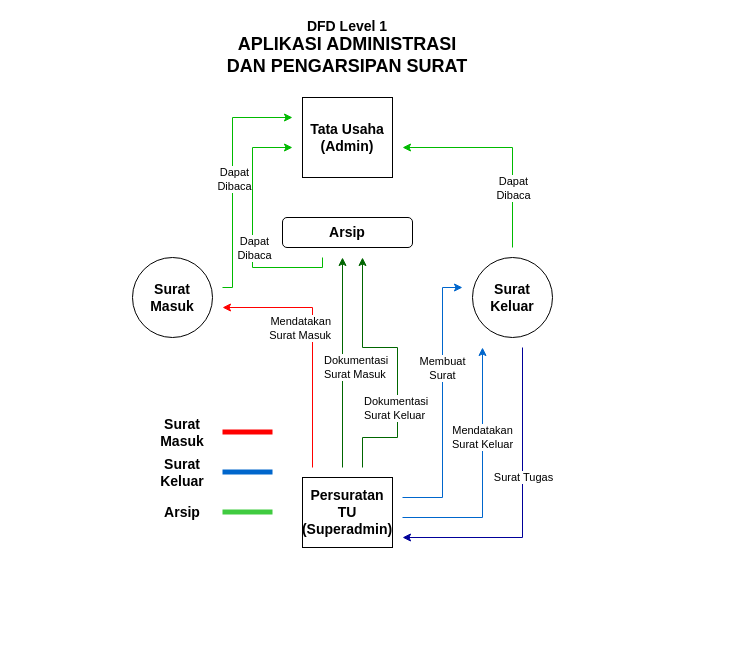
Above: projectPlanning/1d. DFD lvl-1 arsip-surat.drawio in chastrofaAidan/apk-arsip-persuratan (draw.io), before the change. Source tidied: cells renumbered, new cells numbered last; positions are measured from the earlier drawing's top-left corner, leaving out a move shared by most shapes. Both pictures are drawn from the tidied source at 100%, with x=0, y=0 at pixel (132, 17).
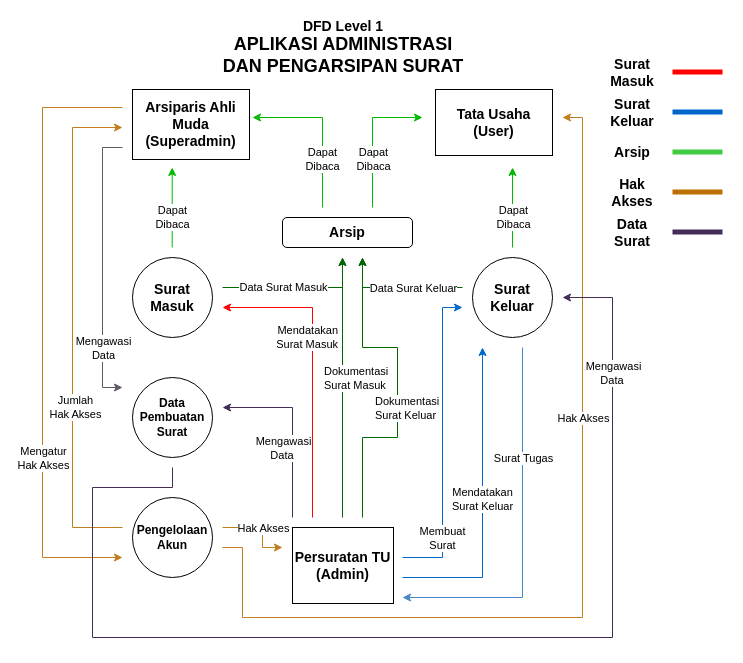
Above is the later version.

Diff of the diagram source:
```diff
@@
-    <mxCell id="5" value="&lt;font style=&quot;font-size: 14px;&quot;&gt;&lt;b&gt;Persuratan TU&lt;br&gt;(Superadmin)&lt;br&gt;&lt;/b&gt;&lt;/font&gt;" style="rounded=0;whiteSpace=wrap;html=1;" parent="1" vertex="1">
-      <mxGeometry x="170" y="460" width="90" height="70" as="geometry" />
+    <mxCell id="5" value="&lt;font style=&quot;font-size: 14px;&quot;&gt;&lt;b&gt;Persuratan TU&lt;br&gt;(Admin)&lt;br&gt;&lt;/b&gt;&lt;/font&gt;" style="rounded=0;whiteSpace=wrap;html=1;" parent="1" vertex="1">
+      <mxGeometry x="160" y="510" width="101" height="76" as="geometry" />
     </mxCell>
     <mxCell id="6" style="endArrow=classic;html=1;rounded=0;fillColor=#f8cecc;strokeColor=#ff0000;" parent="1" edge="1">
       <mxGeometry relative="1" as="geometry">
-        <mxPoint x="180" y="450" as="sourcePoint" />
+        <mxPoint x="180" y="500" as="sourcePoint" />
         <mxPoint x="90" y="290" as="targetPoint" />
         <Array as="points">
           <mxPoint x="180" y="290" />
         </Array>
       </mxGeometry>
     </mxCell>
     <mxCell id="7" value="Mendatakan &lt;br&gt;Surat Masuk" style="edgeLabel;html=1;align=right;verticalAlign=middle;" parent="6" vertex="1">
       <mxGeometry x="0.38" y="-1" relative="1" as="geometry">
-        <mxPoint x="32" y="21" as="offset" />
+        <mxPoint x="25" y="26" as="offset" />
       </mxGeometry>
     </mxCell>
     <mxCell id="8" style="endArrow=classic;html=1;rounded=0;strokeColor=#006600;" parent="1" edge="1">
       <mxGeometry relative="1" as="geometry">
-        <mxPoint x="210" y="450" as="sourcePoint" />
+        <mxPoint x="210" y="500" as="sourcePoint" />
         <mxPoint x="210" y="240" as="targetPoint" />
       </mxGeometry>
     </mxCell>
     <mxCell id="9" value="Dokumentasi&lt;br&gt;Surat Masuk&amp;nbsp;" style="edgeLabel;html=1;align=left;verticalAlign=middle;strokeColor=#ff0000;" parent="8" vertex="1">
       <mxGeometry x="0.38" y="-1" relative="1" as="geometry">
-        <mxPoint x="-21" y="44" as="offset" />
+        <mxPoint x="-21" y="39" as="offset" />
       </mxGeometry>
     </mxCell>
-    <mxCell id="10" value="&lt;font style=&quot;font-size: 14px;&quot;&gt;&lt;b&gt;Tata Usaha&lt;br&gt;(Admin)&lt;br&gt;&lt;/b&gt;&lt;/font&gt;" style="rounded=0;whiteSpace=wrap;html=1;" parent="1" vertex="1">
-      <mxGeometry x="170" y="80" width="90" height="80" as="geometry" />
+    <mxCell id="10" value="&lt;font style=&quot;font-size: 14px;&quot;&gt;&lt;b&gt;Tata Usaha&lt;br&gt;(User)&lt;br&gt;&lt;/b&gt;&lt;/font&gt;" style="rounded=0;whiteSpace=wrap;html=1;" parent="1" vertex="1">
+      <mxGeometry x="303" y="72" width="117" height="66" as="geometry" />
     </mxCell>
     <mxCell id="11" style="endArrow=classic;html=1;rounded=0;strokeColor=#00BA00;" parent="1" edge="1">
       <mxGeometry relative="1" as="geometry">
-        <mxPoint x="190" y="240" as="sourcePoint" />
-        <mxPoint x="160" y="130" as="targetPoint" />
+        <mxPoint x="240" y="190" as="sourcePoint" />
+        <mxPoint x="290" y="100" as="targetPoint" />
         <Array as="points">
-          <mxPoint x="190" y="250" />
-          <mxPoint x="120" y="250" />
-          <mxPoint x="120" y="130" />
+          <mxPoint x="240" y="190" />
+          <mxPoint x="240" y="100" />
         </Array>
       </mxGeometry>
     </mxCell>
-    <mxCell id="12" value="Dapat &lt;br&gt;Dibaca" style="edgeLabel;html=1;align=center;verticalAlign=middle;" parent="11" vertex="1">
-      <mxGeometry x="0.37" y="-1" relative="1" as="geometry">
-        <mxPoint y="64" as="offset" />
-      </mxGeometry>
-    </mxCell>
-    <mxCell id="13" style="endArrow=classic;html=1;rounded=0;strokeColor=#00BA00;" parent="1" edge="1">
-      <mxGeometry relative="1" as="geometry">
-        <mxPoint x="90" y="270" as="sourcePoint" />
-        <mxPoint x="160" y="100" as="targetPoint" />
-        <Array as="points">
-          <mxPoint x="100" y="270" />
-          <mxPoint x="100" y="100" />
-        </Array>
-      </mxGeometry>
-    </mxCell>
-    <mxCell id="14" value="Dapat &lt;br&gt;Dibaca" style="edgeLabel;html=1;align=center;verticalAlign=middle;" parent="13" vertex="1">
-      <mxGeometry x="0.37" y="-1" relative="1" as="geometry">
-        <mxPoint y="45" as="offset" />
-      </mxGeometry>
-    </mxCell>
     <mxCell id="15" style="endArrow=classic;html=1;rounded=0;strokeColor=#0066CC;" parent="1" edge="1">
       <mxGeometry relative="1" as="geometry">
-        <mxPoint x="270" y="480" as="sourcePoint" />
-        <mxPoint x="330" y="270" as="targetPoint" />
+        <mxPoint x="270" y="540" as="sourcePoint" />
+        <mxPoint x="330" y="290" as="targetPoint" />
         <Array as="points">
-          <mxPoint x="310" y="480" />
-          <mxPoint x="310" y="270" />
+          <mxPoint x="310" y="540" />
+          <mxPoint x="310" y="290" />
         </Array>
       </mxGeometry>
     </mxCell>
     <mxCell id="16" value="Membuat &lt;br&gt;Surat" style="edgeLabel;html=1;align=center;verticalAlign=middle;" parent="15" vertex="1">
       <mxGeometry x="-0.05" y="1" relative="1" as="geometry">
-        <mxPoint y="-42" as="offset" />
+        <mxPoint y="87" as="offset" />
       </mxGeometry>
     </mxCell>
-    <mxCell id="17" style="endArrow=classic;html=1;rounded=0;strokeColor=#000099;" parent="1" edge="1">
+    <mxCell id="17" style="endArrow=classic;html=1;rounded=0;strokeColor=#4687c9;fillColor=#647687;" parent="1" edge="1">
       <mxGeometry relative="1" as="geometry">
         <mxPoint x="390" y="330" as="sourcePoint" />
-        <mxPoint x="270" y="520" as="targetPoint" />
+        <mxPoint x="270" y="580" as="targetPoint" />
         <Array as="points">
-          <mxPoint x="390" y="520" />
+          <mxPoint x="390" y="580" />
         </Array>
       </mxGeometry>
     </mxCell>
     <mxCell id="18" value="Surat Tugas" style="edgeLabel;html=1;align=center;verticalAlign=middle;" parent="17" vertex="1">
-      <mxGeometry x="-0.17" relative="1" as="geometry" />
+      <mxGeometry x="-0.17" relative="1" as="geometry">
+        <mxPoint y="-44" as="offset" />
+      </mxGeometry>
     </mxCell>
     <mxCell id="19" style="endArrow=none;html=1;rounded=0;strokeWidth=5;strokeColor=#40cb40;" parent="1" edge="1">
       <mxGeometry relative="1" as="geometry">
-        <mxPoint x="90" y="494.6" as="sourcePoint" />
-        <mxPoint x="140" y="494.6" as="targetPoint" />
+        <mxPoint x="540" y="134.6" as="sourcePoint" />
+        <mxPoint x="590" y="134.6" as="targetPoint" />
       </mxGeometry>
     </mxCell>
     <mxCell id="20" style="endArrow=none;html=1;rounded=0;strokeWidth=5;strokeColor=#FF0000;" parent="1" edge="1">
       <mxGeometry relative="1" as="geometry">
-        <mxPoint x="90" y="414.6" as="sourcePoint" />
-        <mxPoint x="140" y="414.6" as="targetPoint" />
+        <mxPoint x="540" y="54.6" as="sourcePoint" />
+        <mxPoint x="590" y="54.6" as="targetPoint" />
       </mxGeometry>
     </mxCell>
     <mxCell id="21" style="endArrow=none;html=1;rounded=0;strokeWidth=5;strokeColor=#0066CC;" parent="1" edge="1">
       <mxGeometry relative="1" as="geometry">
-        <mxPoint x="90" y="454.6" as="sourcePoint" />
-        <mxPoint x="140" y="454.6" as="targetPoint" />
+        <mxPoint x="540" y="94.6" as="sourcePoint" />
+        <mxPoint x="590" y="94.6" as="targetPoint" />
       </mxGeometry>
     </mxCell>
     <mxCell id="22" style="endArrow=classic;html=1;rounded=0;strokeColor=#006600;" parent="1" edge="1">
       <mxGeometry relative="1" as="geometry">
-        <mxPoint x="230" y="450" as="sourcePoint" />
+        <mxPoint x="230" y="500" as="sourcePoint" />
         <mxPoint x="230" y="240" as="targetPoint" />
         <Array as="points">
           <mxPoint x="230" y="420" />
           <mxPoint x="265" y="420" />
           <mxPoint x="265" y="330" />
           <mxPoint x="230" y="330" />
         </Array>
       </mxGeometry>
     </mxCell>
     <mxCell id="23" value="Dokumentasi &lt;br&gt;Surat Keluar" style="edgeLabel;html=1;align=left;verticalAlign=middle;strokeColor=#ff0000;" parent="22" vertex="1">
       <mxGeometry x="0.38" y="-1" relative="1" as="geometry">
-        <mxPoint x="-1" y="63" as="offset" />
+        <mxPoint x="-1" y="61" as="offset" />
       </mxGeometry>
     </mxCell>
     <mxCell id="24" value="&lt;font style=&quot;font-size: 14px;&quot;&gt;&lt;b&gt;Arsip&lt;/b&gt;&lt;/font&gt;" style="text;html=1;strokeColor=none;fillColor=none;align=center;verticalAlign=middle;whiteSpace=wrap;rounded=0;" parent="1" vertex="1">
-      <mxGeometry x="20" y="480" width="60" height="30" as="geometry" />
+      <mxGeometry x="470" y="120" width="60" height="30" as="geometry" />
     </mxCell>
     <mxCell id="25" value="&lt;font style=&quot;font-size: 14px;&quot;&gt;&lt;b&gt;Surat Keluar&lt;/b&gt;&lt;/font&gt;" style="text;html=1;strokeColor=none;fillColor=none;align=center;verticalAlign=middle;whiteSpace=wrap;rounded=0;" parent="1" vertex="1">
-      <mxGeometry x="20" y="440" width="60" height="30" as="geometry" />
+      <mxGeometry x="470" y="80" width="60" height="30" as="geometry" />
     </mxCell>
     <mxCell id="26" value="&lt;font style=&quot;font-size: 14px;&quot;&gt;&lt;b&gt;Surat Masuk&lt;/b&gt;&lt;/font&gt;" style="text;html=1;strokeColor=none;fillColor=none;align=center;verticalAlign=middle;whiteSpace=wrap;rounded=0;" parent="1" vertex="1">
-      <mxGeometry x="20" y="390" width="60" height="50" as="geometry" />
+      <mxGeometry x="470" y="30" width="60" height="50" as="geometry" />
     </mxCell>
     <mxCell id="27" style="endArrow=classic;html=1;rounded=0;strokeColor=#00BA00;" parent="1" edge="1">
       <mxGeometry relative="1" as="geometry">
         <mxPoint x="380" y="230" as="sourcePoint" />
-        <mxPoint x="270" y="130" as="targetPoint" />
+        <mxPoint x="380" y="150" as="targetPoint" />
         <Array as="points">
           <mxPoint x="380" y="230" />
-          <mxPoint x="380" y="130" />
         </Array>
       </mxGeometry>
     </mxCell>
     <mxCell id="28" value="Dapat &lt;br&gt;Dibaca" style="edgeLabel;html=1;align=center;verticalAlign=middle;" parent="27" vertex="1">
       <mxGeometry x="0.37" y="-1" relative="1" as="geometry">
-        <mxPoint x="44" y="41" as="offset" />
+        <mxPoint x="-1" y="24" as="offset" />
       </mxGeometry>
     </mxCell>
     <mxCell id="29" style="endArrow=classic;html=1;rounded=0;strokeColor=#0066CC;" parent="1" edge="1">
       <mxGeometry relative="1" as="geometry">
-        <mxPoint x="270" y="500" as="sourcePoint" />
+        <mxPoint x="270" y="560" as="sourcePoint" />
         <mxPoint x="350" y="330" as="targetPoint" />
         <Array as="points">
-          <mxPoint x="350" y="500" />
+          <mxPoint x="350" y="560" />
         </Array>
       </mxGeometry>
     </mxCell>
     <mxCell id="30" value="Mendatakan &lt;br&gt;Surat Keluar" style="edgeLabel;html=1;align=center;verticalAlign=middle;" parent="29" vertex="1">
       <mxGeometry x="-0.05" y="1" relative="1" as="geometry">
-        <mxPoint y="-42" as="offset" />
+        <mxPoint y="-12" as="offset" />
       </mxGeometry>
     </mxCell>
     <mxCell id="31" value="&lt;font style=&quot;&quot;&gt;&lt;b style=&quot;&quot;&gt;&lt;font style=&quot;font-size: 14px;&quot;&gt;DFD Level 1&lt;/font&gt;&lt;/b&gt;&lt;br&gt;&lt;b style=&quot;&quot;&gt;&lt;font style=&quot;font-size: 18px;&quot;&gt;APLIKASI ADMINISTRASI DAN PENGARSIPAN SURAT&lt;/font&gt;&lt;/b&gt;&lt;br&gt;&lt;/font&gt;" style="text;html=1;strokeColor=none;fillColor=none;align=center;verticalAlign=middle;whiteSpace=wrap;rounded=0;" parent="1" vertex="1">
-      <mxGeometry x="90" width="250" height="60" as="geometry" />
+      <mxGeometry x="85.5" width="250" height="60" as="geometry" />
     </mxCell>
+    <mxCell id="32" value="&lt;span style=&quot;font-size: 12px;&quot;&gt;&lt;b style=&quot;font-size: 12px;&quot;&gt;Pengelolaan&lt;br style=&quot;font-size: 12px;&quot;&gt;Akun&lt;br style=&quot;font-size: 12px;&quot;&gt;&lt;/b&gt;&lt;/span&gt;" style="ellipse;whiteSpace=wrap;html=1;fontSize=12;" parent="1" vertex="1">
+      <mxGeometry y="480" width="80" height="80" as="geometry" />
+    </mxCell>
+    <mxCell id="33" value="&lt;font style=&quot;font-size: 14px;&quot;&gt;&lt;b&gt;Hak Akses&lt;/b&gt;&lt;/font&gt;" style="text;html=1;strokeColor=none;fillColor=none;align=center;verticalAlign=middle;whiteSpace=wrap;rounded=0;" parent="1" vertex="1">
+      <mxGeometry x="470" y="160" width="60" height="30" as="geometry" />
+    </mxCell>
+    <mxCell id="34" style="endArrow=none;html=1;rounded=0;strokeWidth=5;strokeColor=#BD7000;fillColor=#f0a30a;" parent="1" edge="1">
+      <mxGeometry relative="1" as="geometry">
+        <mxPoint x="540" y="174.6" as="sourcePoint" />
+        <mxPoint x="590" y="174.6" as="targetPoint" />
+      </mxGeometry>
+    </mxCell>
+    <mxCell id="35" value="&lt;font style=&quot;font-size: 14px;&quot;&gt;&lt;b&gt;Arsiparis Ahli Muda&lt;br&gt;(Superadmin)&lt;br&gt;&lt;/b&gt;&lt;/font&gt;" style="rounded=0;whiteSpace=wrap;html=1;" parent="1" vertex="1">
+      <mxGeometry y="72" width="117" height="70" as="geometry" />
+    </mxCell>
+    <mxCell id="36" style="endArrow=classic;html=1;rounded=0;strokeColor=#006600;" parent="1" edge="1">
+      <mxGeometry relative="1" as="geometry">
+        <mxPoint x="90" y="270" as="sourcePoint" />
+        <mxPoint x="210" y="240" as="targetPoint" />
+        <Array as="points">
+          <mxPoint x="210" y="270" />
+        </Array>
+      </mxGeometry>
+    </mxCell>
+    <mxCell id="37" value="Data Surat Masuk" style="edgeLabel;html=1;align=center;verticalAlign=middle;" parent="36" vertex="1">
+      <mxGeometry y="1" relative="1" as="geometry">
+        <mxPoint x="-15" as="offset" />
+      </mxGeometry>
+    </mxCell>
+    <mxCell id="38" style="endArrow=classic;html=1;rounded=0;strokeColor=#006600;" parent="1" edge="1">
+      <mxGeometry relative="1" as="geometry">
+        <mxPoint x="330" y="270" as="sourcePoint" />
+        <mxPoint x="230" y="240" as="targetPoint" />
+        <Array as="points">
+          <mxPoint x="230" y="270" />
+        </Array>
+      </mxGeometry>
+    </mxCell>
+    <mxCell id="39" value="Data Surat Keluar" style="edgeLabel;html=1;align=center;verticalAlign=middle;" parent="38" vertex="1">
+      <mxGeometry x="-0.15" y="1" relative="1" as="geometry">
+        <mxPoint x="5" y="-1" as="offset" />
+      </mxGeometry>
+    </mxCell>
+    <mxCell id="40" style="endArrow=classic;html=1;rounded=0;strokeColor=#00BA00;" parent="1" edge="1">
+      <mxGeometry relative="1" as="geometry">
+        <mxPoint x="190" y="190" as="sourcePoint" />
+        <mxPoint x="120" y="100" as="targetPoint" />
+        <Array as="points">
+          <mxPoint x="190" y="190" />
+          <mxPoint x="190" y="100" />
+        </Array>
+      </mxGeometry>
+    </mxCell>
+    <mxCell id="41" value="Dapat&lt;br&gt;Dibaca" style="edgeLabel;html=1;align=center;verticalAlign=middle;" parent="40" vertex="1">
+      <mxGeometry x="-0.41" y="1" relative="1" as="geometry">
+        <mxPoint y="-2" as="offset" />
+      </mxGeometry>
+    </mxCell>
+    <mxCell id="42" value="Dapat&lt;br&gt;Dibaca" style="edgeLabel;html=1;align=center;verticalAlign=middle;" parent="40" vertex="1">
+      <mxGeometry x="-0.41" y="1" relative="1" as="geometry">
+        <mxPoint x="51" y="-2" as="offset" />
+      </mxGeometry>
+    </mxCell>
+    <mxCell id="43" style="endArrow=classic;html=1;rounded=0;strokeColor=#00BA00;" parent="1" edge="1">
+      <mxGeometry relative="1" as="geometry">
+        <mxPoint x="39.7" y="230" as="sourcePoint" />
+        <mxPoint x="39.7" y="150" as="targetPoint" />
+        <Array as="points">
+          <mxPoint x="39.7" y="230" />
+        </Array>
+      </mxGeometry>
+    </mxCell>
+    <mxCell id="44" value="Dapat &lt;br&gt;Dibaca" style="edgeLabel;html=1;align=center;verticalAlign=middle;" parent="43" vertex="1">
+      <mxGeometry x="0.37" y="-1" relative="1" as="geometry">
+        <mxPoint x="-1" y="24" as="offset" />
+      </mxGeometry>
+    </mxCell>
+    <mxCell id="45" style="endArrow=classic;html=1;rounded=0;strokeColor=#615868;fillColor=#fa6800;" parent="1" edge="1">
+      <mxGeometry relative="1" as="geometry">
+        <mxPoint x="-10" y="130" as="sourcePoint" />
+        <mxPoint x="-10" y="370" as="targetPoint" />
+        <Array as="points">
+          <mxPoint x="-10" y="130" />
+          <mxPoint x="-30" y="130" />
+          <mxPoint x="-30" y="370" />
+        </Array>
+      </mxGeometry>
+    </mxCell>
+    <mxCell id="46" value="Mengawasi&lt;br&gt;&lt;div style=&quot;&quot;&gt;Data&lt;/div&gt;" style="edgeLabel;html=1;align=center;verticalAlign=middle;" parent="45" vertex="1">
+      <mxGeometry x="0.37" y="-1" relative="1" as="geometry">
+        <mxPoint x="1" y="28" as="offset" />
+      </mxGeometry>
+    </mxCell>
+    <mxCell id="47" style="endArrow=classic;html=1;rounded=0;strokeColor=#c17e1e;fillColor=#fa6800;" parent="1" edge="1">
+      <mxGeometry relative="1" as="geometry">
+        <mxPoint x="-10" y="510" as="sourcePoint" />
+        <mxPoint x="-10" y="110" as="targetPoint" />
+        <Array as="points">
+          <mxPoint x="-60" y="510" />
+          <mxPoint x="-60" y="110" />
+        </Array>
+      </mxGeometry>
+    </mxCell>
+    <mxCell id="48" value="Jumlah &lt;br&gt;Hak Akses" style="edgeLabel;html=1;align=center;verticalAlign=middle;" parent="47" vertex="1">
+      <mxGeometry x="0.37" y="-1" relative="1" as="geometry">
+        <mxPoint x="1" y="172" as="offset" />
+      </mxGeometry>
+    </mxCell>
+    <mxCell id="49" style="endArrow=classic;html=1;rounded=0;strokeColor=#c17e1e;fillColor=#fa6800;" parent="1" edge="1">
+      <mxGeometry relative="1" as="geometry">
+        <mxPoint x="90" y="510" as="sourcePoint" />
+        <mxPoint x="150" y="530" as="targetPoint" />
+        <Array as="points">
+          <mxPoint x="130" y="510" />
+          <mxPoint x="130" y="530" />
+        </Array>
+      </mxGeometry>
+    </mxCell>
+    <mxCell id="50" value="Hak Akses" style="edgeLabel;html=1;align=center;verticalAlign=middle;" parent="49" vertex="1">
+      <mxGeometry x="0.37" y="-1" relative="1" as="geometry">
+        <mxPoint x="1" y="-15" as="offset" />
+      </mxGeometry>
+    </mxCell>
+    <mxCell id="51" style="endArrow=classic;html=1;rounded=0;strokeColor=#c17e1e;fillColor=#fa6800;" parent="1" edge="1">
+      <mxGeometry relative="1" as="geometry">
+        <mxPoint x="90" y="530" as="sourcePoint" />
+        <mxPoint x="430" y="100" as="targetPoint" />
+        <Array as="points">
+          <mxPoint x="110" y="530" />
+          <mxPoint x="110" y="600" />
+          <mxPoint x="450" y="600" />
+          <mxPoint x="450" y="100" />
+        </Array>
+      </mxGeometry>
+    </mxCell>
+    <mxCell id="52" value="Hak Akses" style="edgeLabel;html=1;align=center;verticalAlign=middle;" parent="51" vertex="1">
+      <mxGeometry x="0.37" y="-1" relative="1" as="geometry">
+        <mxPoint x="-1" y="21" as="offset" />
+      </mxGeometry>
+    </mxCell>
+    <mxCell id="53" style="endArrow=none;html=1;rounded=0;strokeWidth=5;strokeColor=#432D57;fillColor=#76608a;" parent="1" edge="1">
+      <mxGeometry relative="1" as="geometry">
+        <mxPoint x="540" y="214.6" as="sourcePoint" />
+        <mxPoint x="590" y="214.6" as="targetPoint" />
+      </mxGeometry>
+    </mxCell>
+    <mxCell id="54" value="&lt;font style=&quot;font-size: 14px;&quot;&gt;&lt;b&gt;Data Surat&lt;/b&gt;&lt;/font&gt;" style="text;html=1;strokeColor=none;fillColor=none;align=center;verticalAlign=middle;whiteSpace=wrap;rounded=0;" parent="1" vertex="1">
+      <mxGeometry x="470" y="200" width="60" height="30" as="geometry" />
+    </mxCell>
+    <mxCell id="55" value="&lt;span style=&quot;font-size: 12px;&quot;&gt;&lt;b style=&quot;font-size: 12px;&quot;&gt;Data &lt;br&gt;Pembuatan&lt;br&gt;Surat&lt;br style=&quot;font-size: 12px;&quot;&gt;&lt;/b&gt;&lt;/span&gt;" style="ellipse;whiteSpace=wrap;html=1;fontSize=12;" parent="1" vertex="1">
+      <mxGeometry y="360" width="80" height="80" as="geometry" />
+    </mxCell>
+    <mxCell id="56" style="endArrow=classic;html=1;rounded=0;strokeColor=#c17e1e;fillColor=#fa6800;" parent="1" edge="1">
+      <mxGeometry relative="1" as="geometry">
+        <mxPoint x="-10" y="90" as="sourcePoint" />
+        <mxPoint x="-10" y="540" as="targetPoint" />
+        <Array as="points">
+          <mxPoint x="-90" y="90" />
+          <mxPoint x="-90" y="540" />
+        </Array>
+      </mxGeometry>
+    </mxCell>
+    <mxCell id="57" value="Mengatur&lt;br&gt;Hak Akses" style="edgeLabel;html=1;align=center;verticalAlign=middle;" parent="56" vertex="1">
+      <mxGeometry x="0.37" y="-1" relative="1" as="geometry">
+        <mxPoint x="1" y="12" as="offset" />
+      </mxGeometry>
+    </mxCell>
+    <mxCell id="58" style="endArrow=classic;html=1;rounded=0;fillColor=#f8cecc;strokeColor=#432D57;" parent="1" edge="1">
+      <mxGeometry relative="1" as="geometry">
+        <mxPoint x="160" y="500" as="sourcePoint" />
+        <mxPoint x="90" y="390" as="targetPoint" />
+        <Array as="points">
+          <mxPoint x="160" y="390" />
+        </Array>
+      </mxGeometry>
+    </mxCell>
+    <mxCell id="59" value="Mengawasi &lt;br&gt;Data&amp;nbsp;" style="edgeLabel;html=1;align=center;verticalAlign=middle;" parent="58" vertex="1">
+      <mxGeometry x="0.38" y="-1" relative="1" as="geometry">
+        <mxPoint x="4" y="41" as="offset" />
+      </mxGeometry>
+    </mxCell>
+    <mxCell id="60" style="endArrow=classic;html=1;rounded=0;fillColor=#f8cecc;strokeColor=#432D57;" parent="1" edge="1">
+      <mxGeometry relative="1" as="geometry">
+        <mxPoint x="40" y="450" as="sourcePoint" />
+        <mxPoint x="430" y="280" as="targetPoint" />
+        <Array as="points">
+          <mxPoint x="40" y="470" />
+          <mxPoint x="-40" y="470" />
+          <mxPoint x="-40" y="620" />
+          <mxPoint x="480" y="620" />
+          <mxPoint x="480" y="280" />
+        </Array>
+      </mxGeometry>
+    </mxCell>
+    <mxCell id="61" value="Mengawasi &lt;br&gt;Data&amp;nbsp;" style="edgeLabel;html=1;align=center;verticalAlign=middle;" parent="60" vertex="1">
+      <mxGeometry x="0.38" y="-1" relative="1" as="geometry">
+        <mxPoint x="-1" y="-235" as="offset" />
+      </mxGeometry>
+    </mxCell>
```
